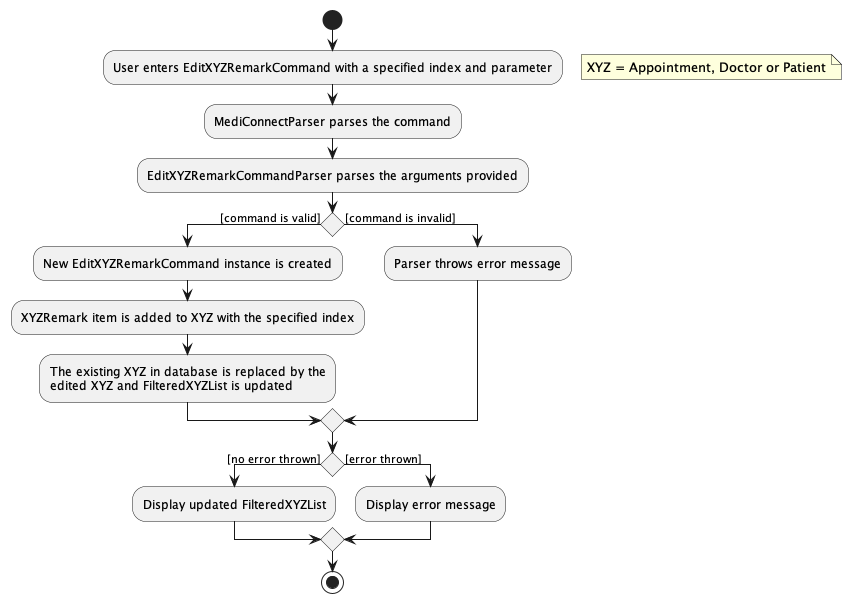
This is docs/images/EditXYZRemarkActivityDiagram.png from yanghengtang/tp, a PlantUML export, as it was before one commit.
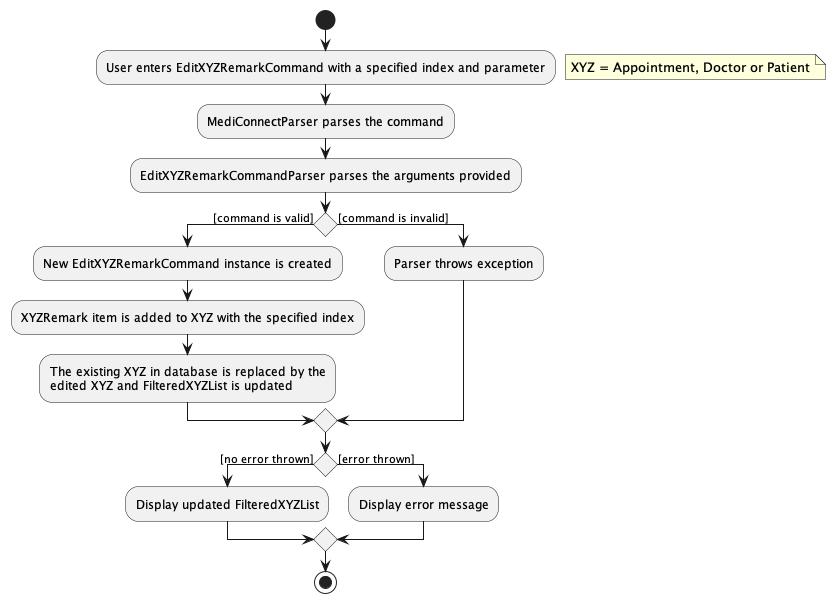
After the commit.

Diff of the diagram source:
```diff
@@ -13,7 +13,7 @@
   :The existing XYZ in database is replaced by the
   edited XYZ and FilteredXYZList is updated;
 else ([command is invalid])
-  :Parser throws error message;
+  :Parser throws exception;
 endif
 if () then ([no error thrown])
   :Display updated FilteredXYZList;
```
